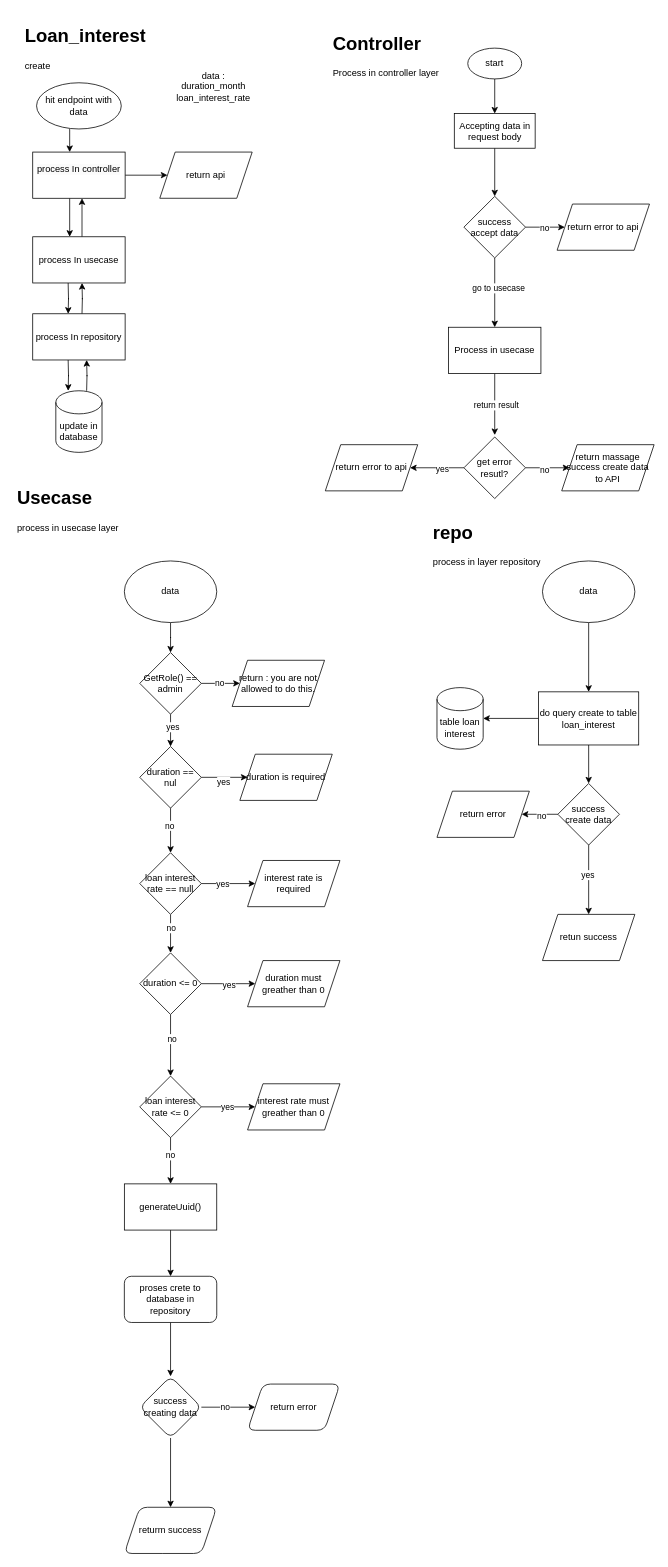
This is page "create" (1 of 5) of loan interest.drawio from MasEBTa/drawio, a draw.io file, before an edit. Source tidied: cells renumbered, new cells numbered last; positions are measured from the earlier drawing's top-left corner, leaving out a move shared by most shapes. Both pictures are drawn from the tidied source at 77%, with x=0, y=0 at pixel (13, 21).
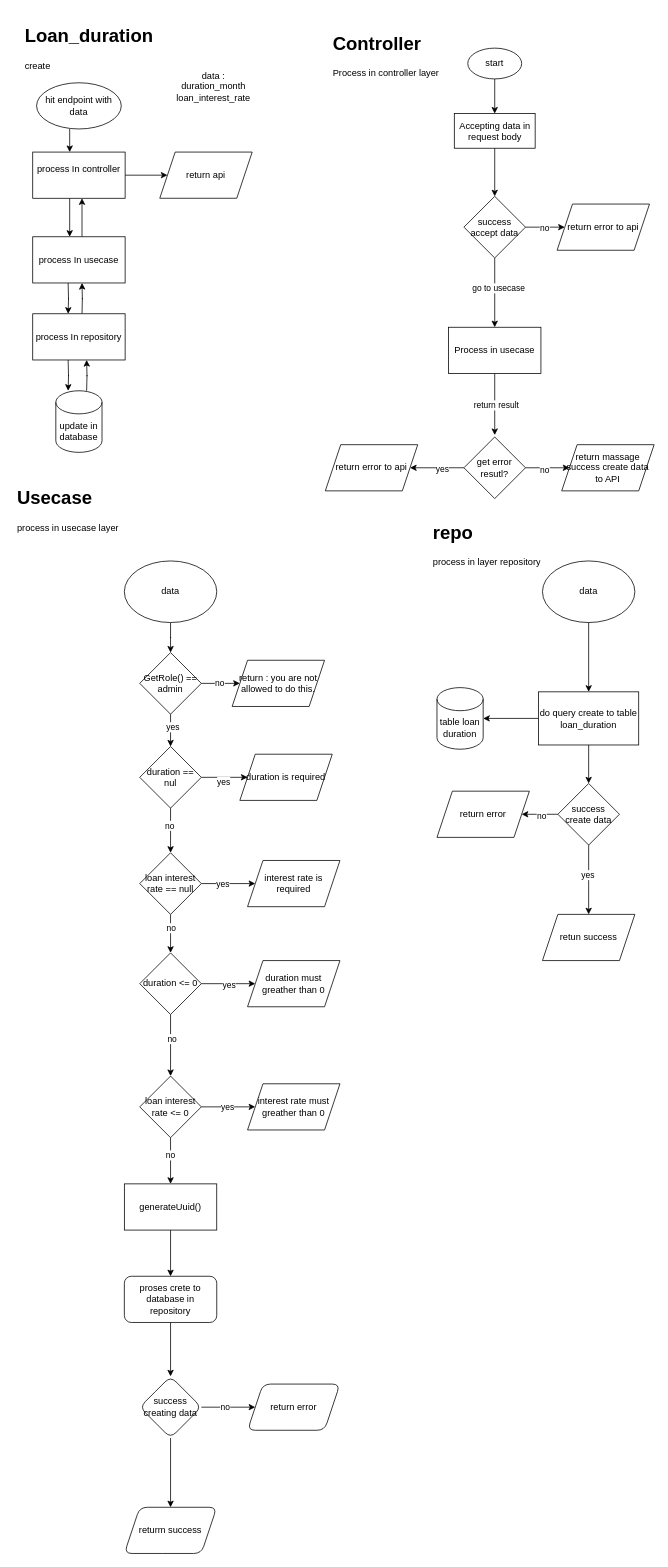
The same diagram, later.

What changed in the source:
```diff
@@
-    <mxCell id="2" value="&lt;h1&gt;Loan_interest&lt;/h1&gt;&lt;div&gt;create&lt;/div&gt;" style="text;html=1;strokeColor=none;fillColor=none;spacing=5;spacingTop=-20;whiteSpace=wrap;overflow=hidden;rounded=0;" parent="1" vertex="1">
+    <mxCell id="2" value="&lt;h1&gt;Loan_duration&lt;/h1&gt;&lt;div&gt;create&lt;/div&gt;" style="text;html=1;strokeColor=none;fillColor=none;spacing=5;spacingTop=-20;whiteSpace=wrap;overflow=hidden;rounded=0;" parent="1" vertex="1">
       <mxGeometry x="10" width="330" height="80" as="geometry" />
     </mxCell>
@@
-    <mxCell id="84" value="do query create to table loan_interest" style="whiteSpace=wrap;html=1;" parent="1" vertex="1">
+    <mxCell id="84" value="do query create to table loan_duration" style="whiteSpace=wrap;html=1;" parent="1" vertex="1">
       <mxGeometry x="682" y="871" width="130" height="69" as="geometry" />
     </mxCell>
-    <mxCell id="85" value="table loan interest" style="shape=cylinder3;whiteSpace=wrap;html=1;boundedLbl=1;backgroundOutline=1;size=15;" parent="1" vertex="1">
+    <mxCell id="85" value="table loan duration" style="shape=cylinder3;whiteSpace=wrap;html=1;boundedLbl=1;backgroundOutline=1;size=15;" parent="1" vertex="1">
       <mxGeometry x="550" y="865.5" width="60" height="80" as="geometry" />
     </mxCell>
```
